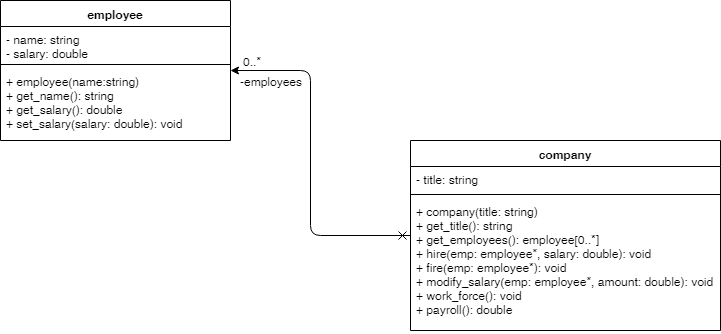
The draw.io diagram uml/uml2.png in chgogos/oop, before a commit. Source tidied: cells renumbered, new cells last; positions are measured from the earlier drawing's top-left corner, leaving out a move shared by most shapes.
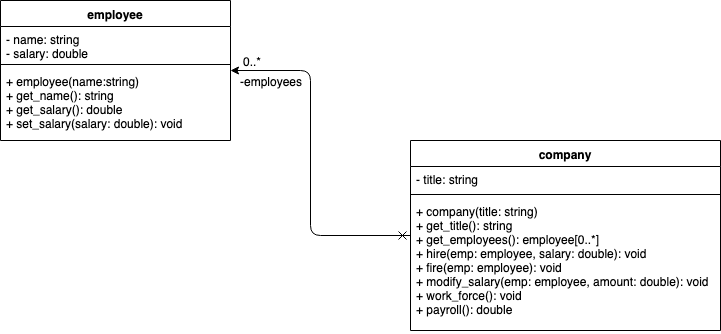
After the commit.

Diff of the diagram source:
```diff
@@ -23,7 +23,7 @@
     <mxCell id="8" style="line;strokeWidth=1;fillColor=none;align=left;verticalAlign=middle;spacingTop=-1;spacingLeft=3;spacingRight=3;labelPosition=right;" parent="6" vertex="1">
       <mxGeometry y="50" width="310" height="8" as="geometry" />
     </mxCell>
-    <mxCell id="9" value="+ company(title: string)&#10;+ get_title(): string&#10;+ get_employees(): employee[0..*]&#10;+ hire(emp: employee*, salary: double): void&#10;+ fire(emp: employee*): void&#10;+ modify_salary(emp: employee*, amount: double): void&#10;+ work_force(): void&#10;+ payroll(): double" style="text;strokeColor=none;fillColor=none;align=left;verticalAlign=top;spacingLeft=4;spacingRight=4;overflow=hidden;" parent="6" vertex="1">
+    <mxCell id="9" value="+ company(title: string)&#10;+ get_title(): string&#10;+ get_employees(): employee[0..*]&#10;+ hire(emp: employee, salary: double): void&#10;+ fire(emp: employee): void&#10;+ modify_salary(emp: employee, amount: double): void&#10;+ work_force(): void&#10;+ payroll(): double" style="text;strokeColor=none;fillColor=none;align=left;verticalAlign=top;spacingLeft=4;spacingRight=4;overflow=hidden;" parent="6" vertex="1">
       <mxGeometry y="58" width="310" height="132" as="geometry" />
     </mxCell>
     <mxCell id="10" style="endArrow=cross;html=1;edgeStyle=orthogonalEdgeStyle;startArrow=classic;startFill=1;endFill=0;" parent="1" edge="1" source="2" target="6">
```
